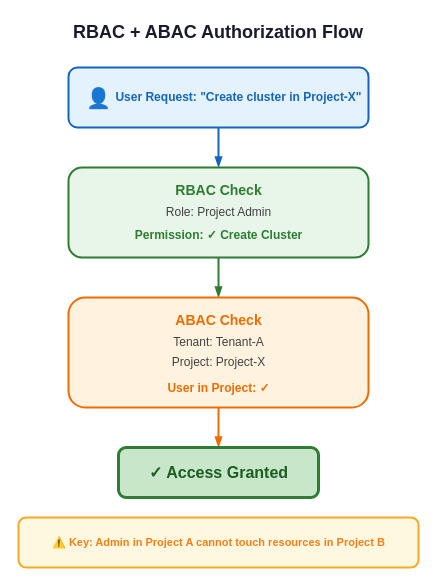
Above: docs/diagrams/authorization-flow.drawio in aamir939/Documentation (draw.io), before the change. Source tidied: cells renumbered, new cells numbered last; positions are measured from the earlier drawing's top-left corner, leaving out a move shared by most shapes. Both pictures are drawn from the tidied source at 100%, with x=0, y=0 at pixel (18, 17).
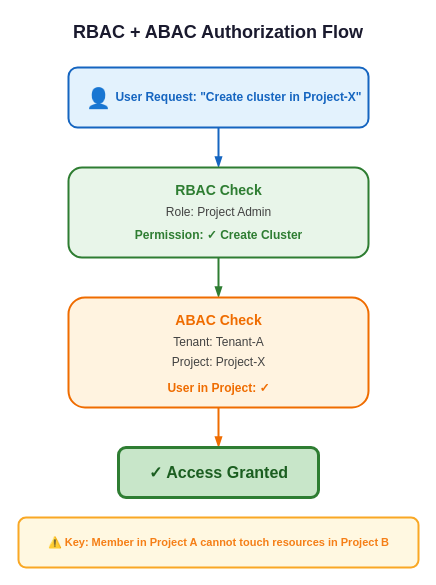
The same diagram, later.

Commit message (it also covers changes not shown here):
Fix role reference: Admin → Member in ABAC explanation

Members in one project cannot access resources in another project.
This better reflects role-based access restrictions.

Diff of the diagram source:
```diff
@@
-    <mxCell id="21" value="⚠️ Key: Admin in Project A cannot touch resources in Project B" style="text;html=1;strokeColor=none;fillColor=none;align=center;verticalAlign=middle;fontSize=11;fontStyle=1;fontColor=#f57f17;" parent="1" vertex="1">
+    <mxCell id="21" value="⚠️ Key: Member in Project A cannot touch resources in Project B" style="text;html=1;strokeColor=none;fillColor=none;align=center;verticalAlign=middle;fontSize=11;fontStyle=1;fontColor=#f57f17;" parent="1" vertex="1">
       <mxGeometry y="510" width="400" height="30" as="geometry" />
     </mxCell>
```
